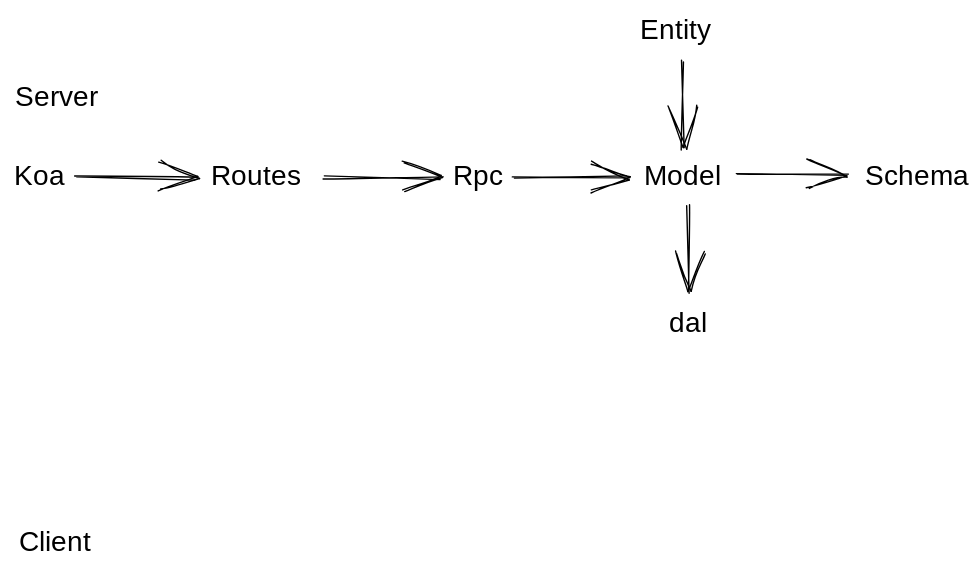
Before: graph/readme.excalidraw.svg, a diagram exported from Excalidraw (elias-rf/components). Source tidied: one line per element, renumbered; positions are measured from the earlier drawing's top-left corner, leaving out a move shared by most shapes.
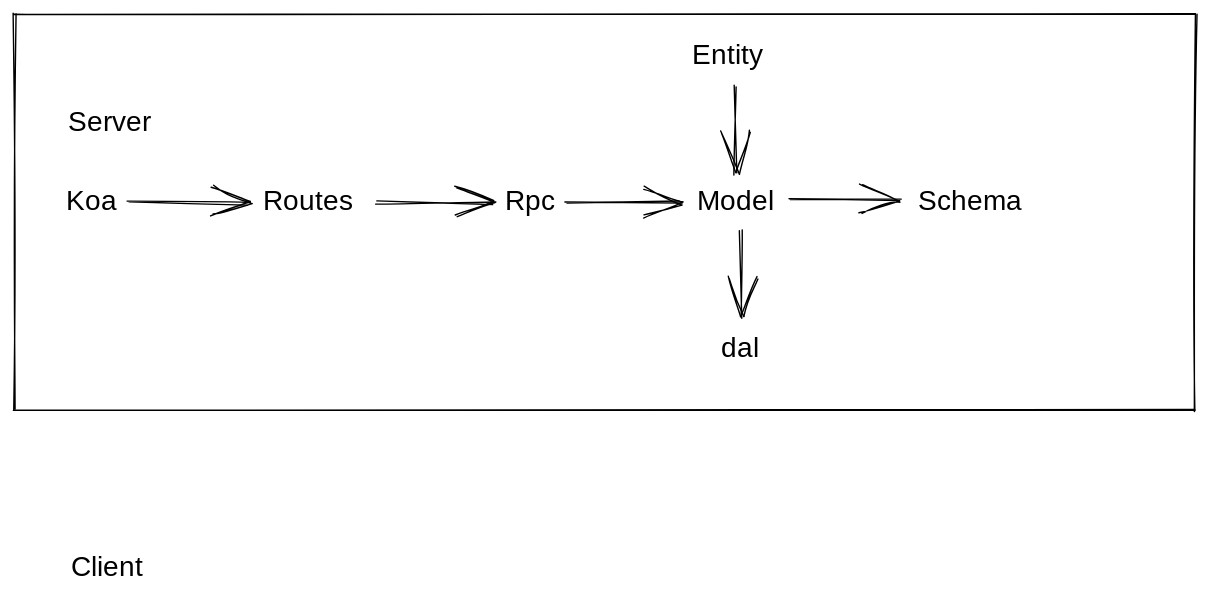
After the commit.

Diff of the diagram source:
```diff
@@ -13,3 +13,4 @@
 {"id": 12, "type": "text", "text": "Client", "strokeColor": "#000000", "strokeWidth": 1, "roughness": 1, "fontSize": 20, "fontFamily": 1, "x": 3, "y": 365, "width": 55, "height": 25}
 {"id": 13, "type": "text", "text": "Entity", "strokeColor": "#000000", "strokeWidth": 1, "roughness": 1, "fontSize": 20, "fontFamily": 1, "x": 447, "y": 0, "width": 60, "height": 25}
 {"id": 14, "type": "arrow", "strokeColor": "#000000", "strokeWidth": 1, "roughness": 1, "endArrowhead": "arrow", "from": 13, "to": 2, "x": 478, "y": 34, "width": 0, "height": 62, "points": [[0, 0], [0, 62]]}
+{"id": 15, "type": "rectangle", "strokeColor": "#000000", "strokeWidth": 1, "roughness": 1, "x": -37, "y": -18, "width": 843, "height": 283}
```
